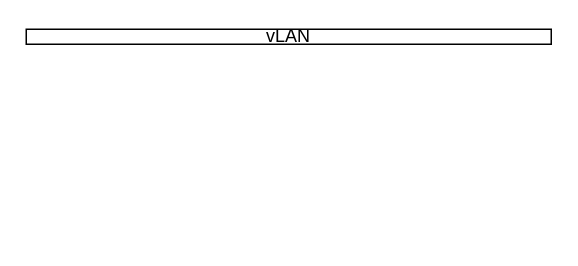
Above: ProxmoxArchitecture.drawio in aamirigithub/ProxMox (draw.io), before the change. Source tidied: cells renumbered, new cells numbered last; positions are measured from the earlier drawing's top-left corner, leaving out a move shared by most shapes. Both pictures are drawn from the tidied source at 150%, with x=0, y=0 at pixel (26, 28).
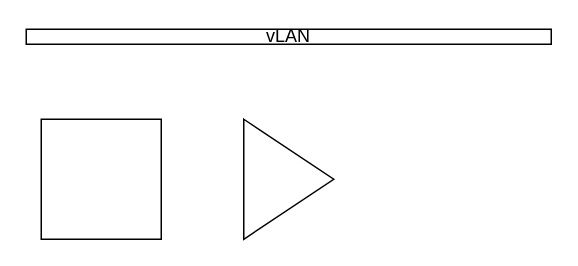
The same page after the edit.

The edit, as a diff of the source:
```diff
@@
 <mxGraphModel>
   <root>
     <mxCell id="0" />
     <mxCell id="1" parent="0" />
     <mxCell id="2" value="vLAN" style="rounded=0;whiteSpace=wrap;html=1;" parent="1" vertex="1">
       <mxGeometry width="350" height="10" as="geometry" />
     </mxCell>
+    <mxCell id="3" style="whiteSpace=wrap;html=1;" parent="1" vertex="1">
+      <mxGeometry x="10" y="60" width="80" height="80" as="geometry" />
+    </mxCell>
+    <mxCell id="4" style="triangle;whiteSpace=wrap;html=1;" parent="1" vertex="1">
+      <mxGeometry x="145" y="60" width="60" height="80" as="geometry" />
+    </mxCell>
   </root>
 </mxGraphModel>
```
